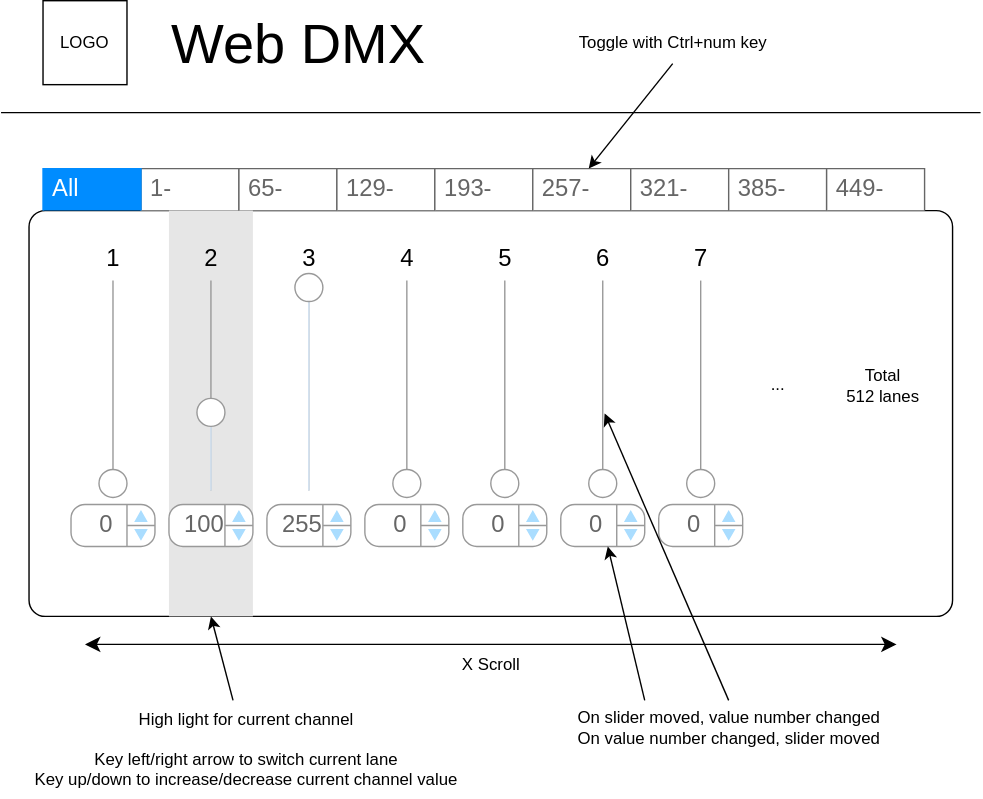
Before: designs/web-ui.drawio.svg, a diagram exported from draw.io (aKuad/web-dmx). Source tidied: cells renumbered, new cells last; positions are measured from the earlier drawing's top-left corner, leaving out a move shared by most shapes.
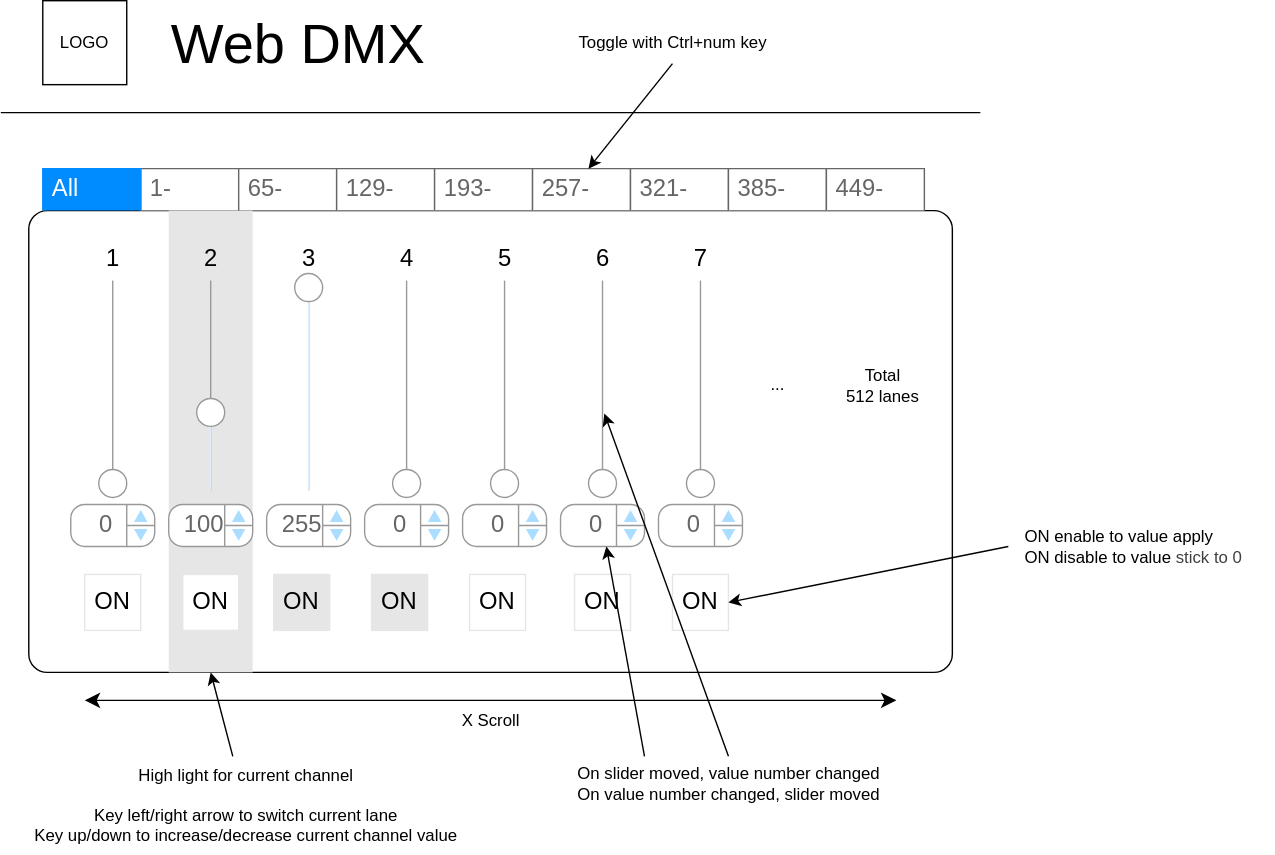
The same diagram one commit later.

Commit message:
Mod: UI drawing for ON button feature

Change to the diagram source:
```diff
@@ -3,10 +3,10 @@
     <mxCell id="0" />
     <mxCell id="1" parent="0" />
     <mxCell id="2" style="rounded=1;whiteSpace=wrap;html=1;arcSize=4;fillColor=default;" parent="1" vertex="1">
-      <mxGeometry x="20" y="150" width="660" height="290" as="geometry" />
+      <mxGeometry x="20" y="150" width="660" height="330" as="geometry" />
     </mxCell>
     <mxCell id="3" style="whiteSpace=wrap;html=1;strokeColor=none;fillColor=#E6E6E6;" parent="1" vertex="1">
-      <mxGeometry x="120" y="150" width="60" height="290" as="geometry" />
+      <mxGeometry x="120" y="150" width="60" height="330" as="geometry" />
     </mxCell>
     <mxCell id="4" style="verticalLabelPosition=bottom;shadow=0;dashed=0;align=center;html=1;verticalAlign=top;strokeWidth=1;shape=mxgraph.mockup.forms.horSlider;strokeColor=#999999;sliderStyle=basic;sliderPos=0;handleStyle=circle;fillColor2=#ddeeff;direction=north;" parent="1" vertex="1">
       <mxGeometry x="65" y="200" width="30" height="150" as="geometry" />
@@ -46,12 +46,12 @@
     </mxCell>
     <mxCell id="16" style="edgeStyle=none;orthogonalLoop=1;jettySize=auto;html=1;endArrow=classic;startArrow=classic;endSize=8;startSize=8;" parent="1" edge="1">
       <mxGeometry relative="1" as="geometry">
-        <mxPoint x="60" y="460" as="sourcePoint" />
-        <mxPoint x="640" y="460" as="targetPoint" />
+        <mxPoint x="60" y="500" as="sourcePoint" />
+        <mxPoint x="640" y="500" as="targetPoint" />
       </mxGeometry>
     </mxCell>
     <mxCell id="17" value="X Scroll" style="text;html=1;align=center;verticalAlign=middle;strokeColor=none;fillColor=none;" parent="1" vertex="1">
-      <mxGeometry x="320" y="460" width="60" height="30" as="geometry" />
+      <mxGeometry x="320" y="500" width="60" height="30" as="geometry" />
     </mxCell>
     <mxCell id="18" style="verticalLabelPosition=bottom;shadow=0;dashed=0;align=center;html=1;verticalAlign=top;strokeWidth=1;shape=mxgraph.mockup.forms.horSlider;strokeColor=#999999;sliderStyle=basic;sliderPos=0;handleStyle=circle;fillColor2=#ddeeff;direction=north;" parent="1" vertex="1">
       <mxGeometry x="345" y="200" width="30" height="150" as="geometry" />
@@ -89,14 +89,11 @@
     <mxCell id="28" value="&lt;div&gt;Total&lt;/div&gt;512 lanes" style="text;html=1;align=center;verticalAlign=middle;strokeColor=none;fillColor=none;" parent="1" vertex="1">
       <mxGeometry x="590" y="255" width="80" height="40" as="geometry" />
     </mxCell>
-    <mxCell id="29" style="edgeStyle=none;jettySize=auto;html=1;entryX=0.5;entryY=1;entryDx=0;entryDy=0;" parent="1" edge="1" source="30" target="3">
-      <mxGeometry relative="1" as="geometry" />
-    </mxCell>
     <mxCell id="30" value="High light for&amp;nbsp;&lt;span style=&quot;background-color: transparent;&quot;&gt;current channel&lt;/span&gt;&lt;div&gt;&lt;br&gt;&lt;/div&gt;&lt;div&gt;&lt;span style=&quot;color: rgb(0, 0, 0);&quot;&gt;Key left/right arrow to switch current lane&lt;/span&gt;&lt;div&gt;Key up/down to increase/decrease current channel value&lt;/div&gt;&lt;/div&gt;" style="text;html=1;align=center;verticalAlign=middle;points=[];strokeColor=none;fillColor=none;" parent="1" vertex="1">
-      <mxGeometry x="10" y="500" width="330" height="70" as="geometry" />
+      <mxGeometry x="10" y="540" width="330" height="70" as="geometry" />
     </mxCell>
     <mxCell id="31" value="On slider moved, value number changed&lt;div&gt;On value number changed, slider moved&lt;/div&gt;" style="text;html=1;align=center;verticalAlign=middle;points=[];strokeColor=none;fillColor=none;" parent="1" vertex="1">
-      <mxGeometry x="400" y="500" width="240" height="40" as="geometry" />
+      <mxGeometry x="400" y="540" width="240" height="40" as="geometry" />
     </mxCell>
     <mxCell id="32" value="1-" style="strokeWidth=1;shadow=0;dashed=0;align=center;html=1;shape=mxgraph.mockup.forms.uRect;fontSize=17;fontColor=#666666;align=left;spacingLeft=5;strokeColor=#666666;" parent="1" vertex="1">
       <mxGeometry x="100" y="120" width="70" height="30" as="geometry" />
@@ -134,6 +131,33 @@
     <mxCell id="43" value="7" style="text;html=1;align=center;verticalAlign=middle;strokeColor=none;fillColor=none;fontSize=17;" parent="1" vertex="1">
       <mxGeometry x="485" y="170" width="30" height="30" as="geometry" />
     </mxCell>
+    <mxCell id="47" value="Toggle with Ctrl+num key" style="text;html=1;align=center;verticalAlign=middle;points=[];strokeColor=none;fillColor=none;" parent="1" vertex="1">
+      <mxGeometry x="400" y="15" width="160" height="30" as="geometry" />
+    </mxCell>
+    <mxCell id="48" value="ON" style="whiteSpace=wrap;html=1;fontSize=17;strokeColor=#E6E6E6;" parent="1" vertex="1">
+      <mxGeometry x="60" y="410" width="40" height="40" as="geometry" />
+    </mxCell>
+    <mxCell id="49" value="ON" style="whiteSpace=wrap;html=1;fontSize=17;strokeColor=#E6E6E6;" parent="1" vertex="1">
+      <mxGeometry x="130" y="410" width="40" height="40" as="geometry" />
+    </mxCell>
+    <mxCell id="50" value="ON" style="whiteSpace=wrap;html=1;fontSize=17;strokeColor=#E6E6E6;fillColor=#E6E6E6;" parent="1" vertex="1">
+      <mxGeometry x="195" y="410" width="40" height="40" as="geometry" />
+    </mxCell>
+    <mxCell id="51" value="ON" style="whiteSpace=wrap;html=1;fontSize=17;strokeColor=#E6E6E6;fillColor=#E6E6E6;" parent="1" vertex="1">
+      <mxGeometry x="265" y="410" width="40" height="40" as="geometry" />
+    </mxCell>
+    <mxCell id="52" value="ON" style="whiteSpace=wrap;html=1;fontSize=17;strokeColor=#E6E6E6;" parent="1" vertex="1">
+      <mxGeometry x="335" y="410" width="40" height="40" as="geometry" />
+    </mxCell>
+    <mxCell id="53" value="ON" style="whiteSpace=wrap;html=1;fontSize=17;strokeColor=#E6E6E6;" parent="1" vertex="1">
+      <mxGeometry x="410" y="410" width="40" height="40" as="geometry" />
+    </mxCell>
+    <mxCell id="54" value="ON" style="whiteSpace=wrap;html=1;fontSize=17;strokeColor=#E6E6E6;" parent="1" vertex="1">
+      <mxGeometry x="480" y="410" width="40" height="40" as="geometry" />
+    </mxCell>
+    <mxCell id="29" style="edgeStyle=none;jettySize=auto;html=1;entryX=0.5;entryY=1;entryDx=0;entryDy=0;" parent="1" edge="1" source="30" target="3">
+      <mxGeometry relative="1" as="geometry" />
+    </mxCell>
     <mxCell id="44" style="edgeStyle=none;html=1;entryX=0.367;entryY=0.544;entryDx=0;entryDy=0;entryPerimeter=0;exitX=0.5;exitY=0;exitDx=0;exitDy=0;exitPerimeter=0;" parent="1" edge="1" source="31" target="21">
       <mxGeometry relative="1" as="geometry" />
     </mxCell>
@@ -143,8 +167,13 @@
     <mxCell id="46" style="edgeStyle=none;html=1;exitX=0.5;exitY=1;exitDx=0;exitDy=0;exitPerimeter=0;entryX=0.571;entryY=0;entryDx=0;entryDy=0;entryPerimeter=0;" parent="1" edge="1" source="47" target="37">
       <mxGeometry relative="1" as="geometry" />
     </mxCell>
-    <mxCell id="47" value="Toggle with Ctrl+num key" style="text;html=1;align=center;verticalAlign=middle;points=[];strokeColor=none;fillColor=none;" parent="1" vertex="1">
-      <mxGeometry x="400" y="15" width="160" height="30" as="geometry" />
-    </mxCell>
+    <mxCell id="55" style="edgeStyle=none;html=1;entryX=1;entryY=0.5;entryDx=0;entryDy=0;" parent="1" edge="1" target="54">
+      <mxGeometry relative="1" as="geometry">
+        <mxPoint x="720" y="390" as="sourcePoint" />
+      </mxGeometry>
+    </mxCell>
+    <mxCell id="56" value="ON enable to value apply&lt;div&gt;ON disable to value&amp;nbsp;&lt;span style=&quot;color: rgb(63, 63, 63); background-color: transparent;&quot;&gt;stick&lt;/span&gt;&lt;span style=&quot;color: rgb(63, 63, 63); background-color: transparent;&quot;&gt;&amp;nbsp;to&amp;nbsp;&lt;/span&gt;&lt;span style=&quot;color: rgb(63, 63, 63); background-color: transparent;&quot;&gt;0&lt;/span&gt;&lt;/div&gt;" style="text;html=1;align=left;verticalAlign=middle;strokeColor=none;fillColor=none;" parent="1" vertex="1">
+      <mxGeometry x="730" y="370" width="180" height="40" as="geometry" />
+    </mxCell>
   </root>
 </mxGraphModel>
```
